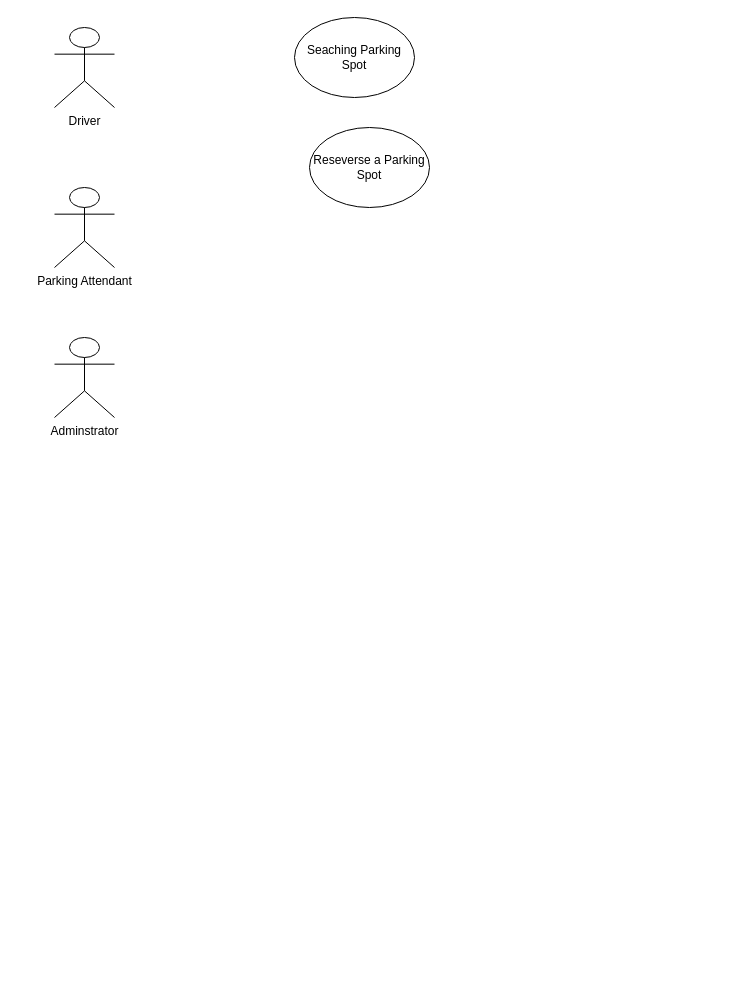
The draw.io diagram Ipark.drawio in dominhtri055/Dianagram, before the edit. Source tidied: cells renumbered, new cells numbered last; positions are measured from the earlier drawing's top-left corner, leaving out a move shared by most shapes. Both pictures are drawn from the tidied source at 100%, with x=0, y=0 at pixel (54, 17).
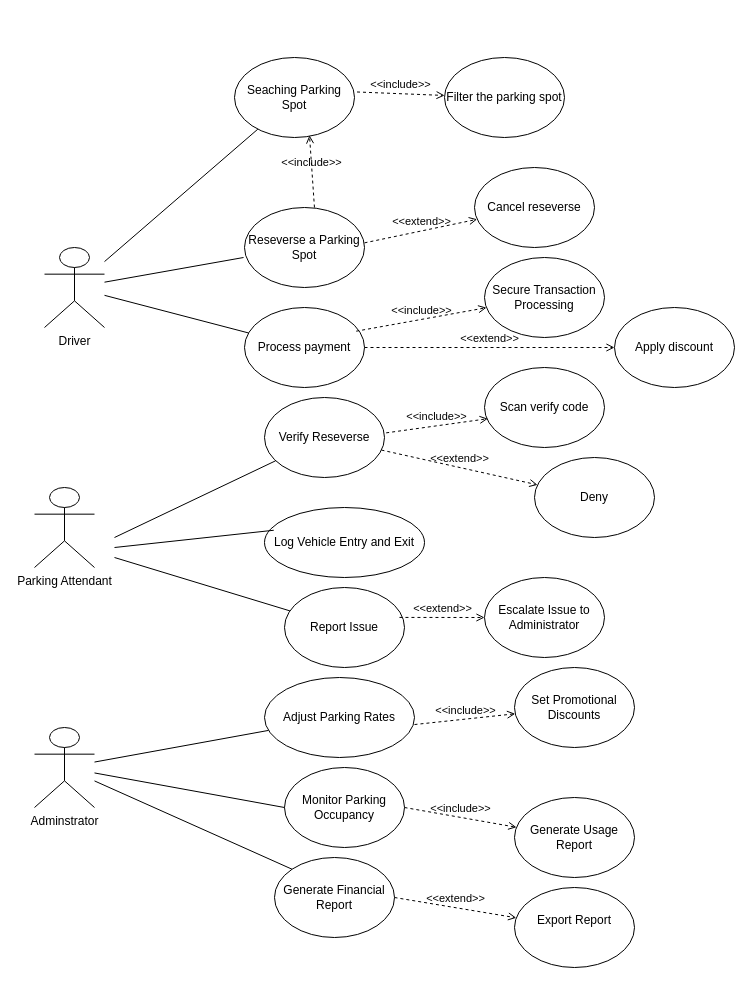
Above is the later version.

The edit, as a diff of the source:
```diff
@@
     <mxCell id="2" value="Driver" style="shape=umlActor;verticalLabelPosition=bottom;verticalAlign=top;html=1;outlineConnect=0;" parent="1" vertex="1">
-      <mxGeometry y="10" width="60" height="80" as="geometry" />
+      <mxGeometry x="-10" y="230" width="60" height="80" as="geometry" />
     </mxCell>
     <mxCell id="3" value="Adminstrator" style="shape=umlActor;verticalLabelPosition=bottom;verticalAlign=top;html=1;outlineConnect=0;" parent="1" vertex="1">
-      <mxGeometry y="320" width="60" height="80" as="geometry" />
+      <mxGeometry x="-20" y="710" width="60" height="80" as="geometry" />
     </mxCell>
     <mxCell id="4" value="Parking Attendant" style="shape=umlActor;verticalLabelPosition=bottom;verticalAlign=top;html=1;" parent="1" vertex="1">
-      <mxGeometry y="170" width="60" height="80" as="geometry" />
+      <mxGeometry x="-20" y="470" width="60" height="80" as="geometry" />
     </mxCell>
     <mxCell id="5" value="Seaching Parking Spot" style="ellipse;whiteSpace=wrap;html=1;" parent="1" vertex="1">
-      <mxGeometry x="240" width="120" height="80" as="geometry" />
+      <mxGeometry x="180" y="40" width="120" height="80" as="geometry" />
     </mxCell>
     <mxCell id="6" value="Reseverse a Parking Spot" style="ellipse;whiteSpace=wrap;html=1;" parent="1" vertex="1">
-      <mxGeometry x="255" y="110" width="120" height="80" as="geometry" />
+      <mxGeometry x="190" y="190" width="120" height="80" as="geometry" />
     </mxCell>
+    <mxCell id="7" value="Verify Reseverse" style="ellipse;whiteSpace=wrap;html=1;" parent="1" vertex="1">
+      <mxGeometry x="210" y="380" width="120" height="80" as="geometry" />
+    </mxCell>
+    <mxCell id="8" value="Log Vehicle Entry and Exit" style="ellipse;whiteSpace=wrap;html=1;" parent="1" vertex="1">
+      <mxGeometry x="210" y="490" width="160" height="70" as="geometry" />
+    </mxCell>
+    <mxCell id="9" value="Adjust Parking Rates" style="ellipse;whiteSpace=wrap;html=1;" parent="1" vertex="1">
+      <mxGeometry x="210" y="660" width="150" height="80" as="geometry" />
+    </mxCell>
+    <mxCell id="10" value="Generate Financial Report" style="ellipse;whiteSpace=wrap;html=1;" parent="1" vertex="1">
+      <mxGeometry x="220" y="840" width="120" height="80" as="geometry" />
+    </mxCell>
+    <mxCell id="11" style="endArrow=none;html=1;rounded=0;" parent="1" edge="1" source="2" target="5">
+      <mxGeometry relative="1" as="geometry" />
+    </mxCell>
+    <mxCell id="12" style="endArrow=none;html=1;rounded=0;entryX=-0.008;entryY=0.625;entryDx=0;entryDy=0;entryPerimeter=0;" parent="1" edge="1" source="2" target="6">
+      <mxGeometry relative="1" as="geometry" />
+    </mxCell>
+    <mxCell id="13" style="endArrow=none;html=1;rounded=0;" parent="1" edge="1" target="7">
+      <mxGeometry relative="1" as="geometry">
+        <mxPoint x="60" y="520" as="sourcePoint" />
+      </mxGeometry>
+    </mxCell>
+    <mxCell id="14" style="endArrow=none;html=1;rounded=0;entryX=0.058;entryY=0.325;entryDx=0;entryDy=0;entryPerimeter=0;" parent="1" edge="1" target="8">
+      <mxGeometry relative="1" as="geometry">
+        <mxPoint x="60" y="530" as="sourcePoint" />
+      </mxGeometry>
+    </mxCell>
+    <mxCell id="15" style="endArrow=none;html=1;rounded=0;" parent="1" edge="1" source="3" target="9">
+      <mxGeometry relative="1" as="geometry" />
+    </mxCell>
+    <mxCell id="16" style="endArrow=none;html=1;rounded=0;entryX=0;entryY=0;entryDx=0;entryDy=0;" parent="1" edge="1" source="3" target="10">
+      <mxGeometry relative="1" as="geometry" />
+    </mxCell>
+    <mxCell id="17" value="Process payment" style="ellipse;whiteSpace=wrap;html=1;" parent="1" vertex="1">
+      <mxGeometry x="190" y="290" width="120" height="80" as="geometry" />
+    </mxCell>
+    <mxCell id="18" style="endArrow=none;html=1;rounded=0;" parent="1" edge="1" source="17" target="2">
+      <mxGeometry relative="1" as="geometry" />
+    </mxCell>
+    <mxCell id="19" value="Report Issue" style="ellipse;whiteSpace=wrap;html=1;" parent="1" vertex="1">
+      <mxGeometry x="230" y="570" width="120" height="80" as="geometry" />
+    </mxCell>
+    <mxCell id="20" style="endArrow=none;html=1;rounded=0;" parent="1" edge="1" target="19">
+      <mxGeometry relative="1" as="geometry">
+        <mxPoint x="60" y="540" as="sourcePoint" />
+      </mxGeometry>
+    </mxCell>
+    <mxCell id="21" value="Monitor Parking Occupancy" style="ellipse;whiteSpace=wrap;html=1;" parent="1" vertex="1">
+      <mxGeometry x="230" y="750" width="120" height="80" as="geometry" />
+    </mxCell>
+    <mxCell id="22" style="endArrow=none;html=1;rounded=0;exitX=0;exitY=0.5;exitDx=0;exitDy=0;" parent="1" edge="1" source="21" target="3">
+      <mxGeometry relative="1" as="geometry" />
+    </mxCell>
+    <mxCell id="23" value="Filter the parking spot" style="ellipse;whiteSpace=wrap;html=1;" parent="1" vertex="1">
+      <mxGeometry x="390" y="40" width="120" height="80" as="geometry" />
+    </mxCell>
+    <mxCell id="24" value="&amp;lt;&amp;lt;include&amp;gt;&amp;gt;" style="html=1;verticalAlign=bottom;labelBackgroundColor=none;endArrow=open;endFill=0;dashed=1;rounded=0;exitX=1.021;exitY=0.431;exitDx=0;exitDy=0;exitPerimeter=0;" parent="1" edge="1" source="5" target="23">
+      <mxGeometry relative="1" as="geometry" />
+    </mxCell>
+    <mxCell id="25" value="&amp;lt;&amp;lt;include&amp;gt;&amp;gt;" style="html=1;verticalAlign=bottom;labelBackgroundColor=none;endArrow=open;endFill=0;dashed=1;rounded=0;exitX=0.583;exitY=0;exitDx=0;exitDy=0;exitPerimeter=0;entryX=0.625;entryY=0.973;entryDx=0;entryDy=0;entryPerimeter=0;" parent="1" edge="1" source="6" target="5">
+      <mxGeometry relative="1" as="geometry" />
+    </mxCell>
+    <mxCell id="26" value="Secure Transaction Processing" style="ellipse;whiteSpace=wrap;html=1;" parent="1" vertex="1">
+      <mxGeometry x="430" y="240" width="120" height="80" as="geometry" />
+    </mxCell>
+    <mxCell id="27" value="&amp;lt;&amp;lt;include&amp;gt;&amp;gt;" style="html=1;verticalAlign=bottom;labelBackgroundColor=none;endArrow=open;endFill=0;dashed=1;rounded=0;exitX=0.931;exitY=0.296;exitDx=0;exitDy=0;exitPerimeter=0;" parent="1" edge="1" source="17" target="26">
+      <mxGeometry relative="1" as="geometry" />
+    </mxCell>
+    <mxCell id="28" value="Scan verify code" style="ellipse;whiteSpace=wrap;html=1;" parent="1" vertex="1">
+      <mxGeometry x="430" y="350" width="120" height="80" as="geometry" />
+    </mxCell>
+    <mxCell id="29" value="&amp;lt;&amp;lt;include&amp;gt;&amp;gt;" style="html=1;verticalAlign=bottom;labelBackgroundColor=none;endArrow=open;endFill=0;dashed=1;rounded=0;exitX=1.014;exitY=0.442;exitDx=0;exitDy=0;exitPerimeter=0;entryX=0.028;entryY=0.64;entryDx=0;entryDy=0;entryPerimeter=0;" parent="1" edge="1" source="7" target="28">
+      <mxGeometry relative="1" as="geometry" />
+    </mxCell>
+    <mxCell id="30" value="Set Promotional Discounts" style="ellipse;whiteSpace=wrap;html=1;" parent="1" vertex="1">
+      <mxGeometry x="460" y="650" width="120" height="80" as="geometry" />
+    </mxCell>
+    <mxCell id="31" value="&amp;lt;&amp;lt;include&amp;gt;&amp;gt;" style="html=1;verticalAlign=bottom;labelBackgroundColor=none;endArrow=open;endFill=0;dashed=1;rounded=0;exitX=1;exitY=0.588;exitDx=0;exitDy=0;exitPerimeter=0;" parent="1" edge="1" source="9" target="30">
+      <mxGeometry relative="1" as="geometry" />
+    </mxCell>
+    <mxCell id="32" value="&lt;span&gt;Generate Usage Report&lt;/span&gt;" style="ellipse;whiteSpace=wrap;html=1;" parent="1" vertex="1">
+      <mxGeometry x="460" y="780" width="120" height="80" as="geometry" />
+    </mxCell>
+    <mxCell id="33" value="&amp;lt;&amp;lt;include&amp;gt;&amp;gt;" style="html=1;verticalAlign=bottom;labelBackgroundColor=none;endArrow=open;endFill=0;dashed=1;rounded=0;exitX=1;exitY=0.5;exitDx=0;exitDy=0;" parent="1" edge="1" source="21" target="32">
+      <mxGeometry relative="1" as="geometry" />
+    </mxCell>
+    <mxCell id="34" value="&amp;lt;&amp;lt;extend&amp;gt;&amp;gt;" style="html=1;verticalAlign=bottom;labelBackgroundColor=none;endArrow=open;endFill=0;dashed=1;rounded=0;exitX=1;exitY=0.442;exitDx=0;exitDy=0;exitPerimeter=0;" parent="1" edge="1" source="6" target="35">
+      <mxGeometry relative="1" as="geometry" />
+    </mxCell>
+    <mxCell id="35" value="Cancel reseverse" style="ellipse;whiteSpace=wrap;html=1;" parent="1" vertex="1">
+      <mxGeometry x="420" y="150" width="120" height="80" as="geometry" />
+    </mxCell>
+    <mxCell id="36" value="&amp;lt;&amp;lt;extend&amp;gt;&amp;gt;" style="html=1;verticalAlign=bottom;labelBackgroundColor=none;endArrow=open;endFill=0;dashed=1;rounded=0;exitX=1;exitY=0.5;exitDx=0;exitDy=0;" parent="1" edge="1" source="17" target="37">
+      <mxGeometry relative="1" as="geometry" />
+    </mxCell>
+    <mxCell id="37" value="Apply discount" style="ellipse;whiteSpace=wrap;html=1;" parent="1" vertex="1">
+      <mxGeometry x="560" y="290" width="120" height="80" as="geometry" />
+    </mxCell>
+    <mxCell id="38" value="&amp;lt;&amp;lt;extend&amp;gt;&amp;gt;" style="html=1;verticalAlign=bottom;labelBackgroundColor=none;endArrow=open;endFill=0;dashed=1;rounded=0;" parent="1" edge="1" source="7" target="39">
+      <mxGeometry relative="1" as="geometry" />
+    </mxCell>
+    <mxCell id="39" value="Deny" style="ellipse;whiteSpace=wrap;html=1;" parent="1" vertex="1">
+      <mxGeometry x="480" y="440" width="120" height="80" as="geometry" />
+    </mxCell>
+    <mxCell id="40" value="&amp;lt;&amp;lt;extend&amp;gt;&amp;gt;" style="html=1;verticalAlign=bottom;labelBackgroundColor=none;endArrow=open;endFill=0;dashed=1;rounded=0;exitX=0.958;exitY=0.374;exitDx=0;exitDy=0;exitPerimeter=0;" parent="1" edge="1" source="19" target="41">
+      <mxGeometry relative="1" as="geometry" />
+    </mxCell>
+    <mxCell id="41" value="&lt;span&gt;Escalate Issue to Administrator&lt;/span&gt;" style="ellipse;whiteSpace=wrap;html=1;" parent="1" vertex="1">
+      <mxGeometry x="430" y="560" width="120" height="80" as="geometry" />
+    </mxCell>
+    <mxCell id="42" value="&amp;lt;&amp;lt;extend&amp;gt;&amp;gt;" style="html=1;verticalAlign=bottom;labelBackgroundColor=none;endArrow=open;endFill=0;dashed=1;rounded=0;exitX=1;exitY=0.5;exitDx=0;exitDy=0;" parent="1" edge="1" source="10" target="43">
+      <mxGeometry relative="1" as="geometry" />
+    </mxCell>
+    <mxCell id="43" value="&lt;span style=&quot;&quot;&gt;Export Report&lt;/span&gt;&lt;div&gt;&lt;br/&gt;&lt;/div&gt;" style="ellipse;whiteSpace=wrap;html=1;" parent="1" vertex="1">
+      <mxGeometry x="460" y="870" width="120" height="80" as="geometry" />
+    </mxCell>
```
